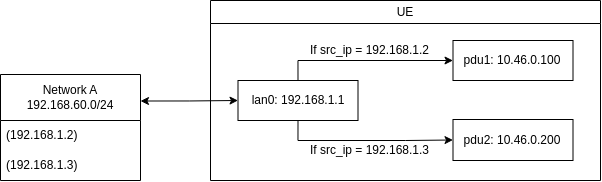
Before: docs/5G Emulated Network/topology-LAN-Host-to-PDU-Session-Interface-Routing.png, a diagram exported from draw.io (davidjosearaujo/dissertation). Source tidied: cells renumbered, new cells last; positions are measured from the earlier drawing's top-left corner, leaving out a move shared by most shapes.
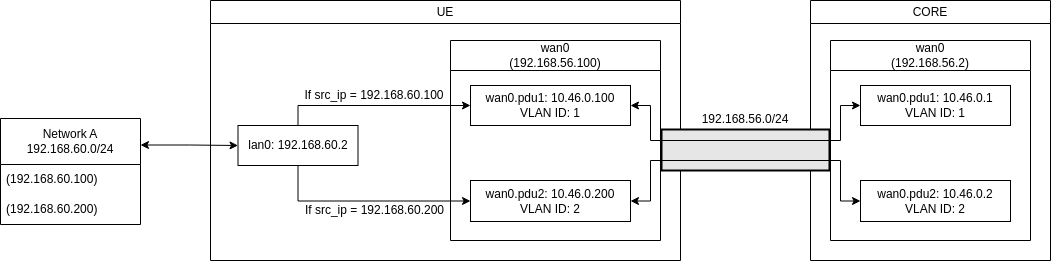
After the change.

Commit message:
notes and new topology for routing

The edit, as a diff of the source:
```diff
@@ -2,41 +2,85 @@
   <root>
     <mxCell id="0" />
     <mxCell id="1" parent="0" />
-    <mxCell id="2" style="edgeStyle=orthogonalEdgeStyle;rounded=0;jettySize=auto;html=1;exitX=1;exitY=0.25;exitDx=0;exitDy=0;entryX=0;entryY=0.5;entryDx=0;entryDy=0;startArrow=classic;startFill=1;" parent="1" edge="1" source="3" target="11">
-      <mxGeometry relative="1" as="geometry" />
-    </mxCell>
-    <mxCell id="3" value="&lt;span style=&quot;text-align: left;&quot;&gt;Network A&lt;br&gt;&lt;/span&gt;192.168.60.0/24&lt;span style=&quot;text-align: left;&quot;&gt;&lt;/span&gt;" style="swimlane;fontStyle=0;horizontal=1;startSize=46;whiteSpace=wrap;html=1;" parent="1" vertex="1">
-      <mxGeometry y="74" width="140" height="106" as="geometry" />
-    </mxCell>
-    <mxCell id="4" value="(192.168.1.2)" style="text;strokeColor=none;fillColor=none;align=left;verticalAlign=middle;spacingLeft=4;spacingRight=4;overflow=hidden;whiteSpace=wrap;html=1;" parent="3" vertex="1">
-      <mxGeometry y="46" width="140" height="30" as="geometry" />
-    </mxCell>
-    <mxCell id="5" value="(192.168.1.3)" style="text;strokeColor=none;fillColor=none;align=left;verticalAlign=middle;spacingLeft=4;spacingRight=4;overflow=hidden;whiteSpace=wrap;html=1;" parent="3" vertex="1">
-      <mxGeometry y="76" width="140" height="30" as="geometry" />
-    </mxCell>
     <mxCell id="6" value="&lt;span style=&quot;font-weight: normal;&quot;&gt;UE&lt;/span&gt;" style="swimlane;whiteSpace=wrap;html=1;" parent="1" vertex="1">
-      <mxGeometry x="210" width="390" height="180" as="geometry" />
+      <mxGeometry x="170" width="470" height="260" as="geometry" />
     </mxCell>
-    <mxCell id="7" value="pdu1: 10.46.0.100" style="rounded=0;whiteSpace=wrap;html=1;" parent="6" vertex="1">
-      <mxGeometry x="242.5" y="40" width="120" height="40" as="geometry" />
-    </mxCell>
-    <mxCell id="8" value="pdu2: 10.46.0.200" style="rounded=0;whiteSpace=wrap;html=1;" parent="6" vertex="1">
-      <mxGeometry x="242.5" y="119" width="120" height="41" as="geometry" />
-    </mxCell>
     <mxCell id="9" style="edgeStyle=orthogonalEdgeStyle;rounded=0;jettySize=auto;html=1;exitX=0.5;exitY=0;exitDx=0;exitDy=0;entryX=0;entryY=0.5;entryDx=0;entryDy=0;" parent="6" edge="1" source="11" target="7">
       <mxGeometry relative="1" as="geometry" />
     </mxCell>
     <mxCell id="10" style="edgeStyle=orthogonalEdgeStyle;rounded=0;jettySize=auto;html=1;exitX=0.5;exitY=1;exitDx=0;exitDy=0;entryX=0;entryY=0.5;entryDx=0;entryDy=0;" parent="6" edge="1" source="11" target="8">
       <mxGeometry relative="1" as="geometry" />
     </mxCell>
-    <mxCell id="11" value="lan0: 192.168.1.1" style="rounded=0;whiteSpace=wrap;html=1;" parent="6" vertex="1">
-      <mxGeometry x="27.5" y="80" width="120" height="40" as="geometry" />
+    <mxCell id="11" value="lan0: 192.168.60.2" style="rounded=0;whiteSpace=wrap;html=1;" parent="6" vertex="1">
+      <mxGeometry x="27.5" y="125" width="120" height="40" as="geometry" />
     </mxCell>
-    <mxCell id="12" value="If src_ip = 192.168.1.2" style="text;html=1;align=center;verticalAlign=middle;whiteSpace=wrap;rounded=0;" parent="6" vertex="1">
-      <mxGeometry x="97.5" y="40" width="125" height="20" as="geometry" />
+    <mxCell id="12" value="If src_ip = 192.168.60.100" style="text;html=1;align=center;verticalAlign=middle;whiteSpace=wrap;rounded=0;" parent="6" vertex="1">
+      <mxGeometry x="88.8" y="85" width="150" height="20" as="geometry" />
     </mxCell>
-    <mxCell id="13" value="If src_ip = 192.168.1.3" style="text;html=1;align=center;verticalAlign=middle;whiteSpace=wrap;rounded=0;" parent="6" vertex="1">
-      <mxGeometry x="97.5" y="140" width="125" height="20" as="geometry" />
+    <mxCell id="13" value="If src_ip = 192.168.60.200" style="text;html=1;align=center;verticalAlign=middle;whiteSpace=wrap;rounded=0;" parent="6" vertex="1">
+      <mxGeometry x="92.5" y="200" width="142.5" height="20" as="geometry" />
     </mxCell>
+    <mxCell id="14" value="&lt;span style=&quot;font-weight: normal;&quot;&gt;wan0&lt;/span&gt;&lt;div&gt;&lt;span style=&quot;font-weight: normal;&quot;&gt;(192.168.56.100)&lt;/span&gt;&lt;/div&gt;" style="swimlane;whiteSpace=wrap;html=1;startSize=30;" parent="6" vertex="1">
+      <mxGeometry x="240" y="40" width="210" height="200" as="geometry" />
+    </mxCell>
+    <mxCell id="7" value="wan0.pdu1: 10.46.0.100&lt;div&gt;VLAN ID: 1&lt;/div&gt;" style="rounded=0;whiteSpace=wrap;html=1;" parent="14" vertex="1">
+      <mxGeometry x="20" y="45" width="160" height="40" as="geometry" />
+    </mxCell>
+    <mxCell id="8" value="wan0.pdu2: 10.46.0.200&lt;div&gt;VLAN ID: 2&lt;/div&gt;" style="rounded=0;whiteSpace=wrap;html=1;" parent="14" vertex="1">
+      <mxGeometry x="20" y="140" width="160" height="41" as="geometry" />
+    </mxCell>
+    <mxCell id="15" value="&lt;span style=&quot;font-weight: normal;&quot;&gt;CORE&lt;/span&gt;" style="swimlane;whiteSpace=wrap;html=1;" parent="1" vertex="1">
+      <mxGeometry x="770" width="240" height="260" as="geometry" />
+    </mxCell>
+    <mxCell id="16" value="&lt;span style=&quot;font-weight: normal;&quot;&gt;wan0&lt;/span&gt;&lt;div&gt;&lt;span style=&quot;font-weight: 400;&quot;&gt;(192.168.56.2)&lt;/span&gt;&lt;span style=&quot;font-weight: normal;&quot;&gt;&lt;/span&gt;&lt;/div&gt;" style="swimlane;whiteSpace=wrap;html=1;startSize=30;" parent="15" vertex="1">
+      <mxGeometry x="20" y="40" width="200" height="200" as="geometry" />
+    </mxCell>
+    <mxCell id="17" value="wan0.pdu1: 10.46.0.1&lt;div&gt;VLAN ID: 1&lt;/div&gt;" style="rounded=0;whiteSpace=wrap;html=1;" parent="16" vertex="1">
+      <mxGeometry x="30" y="45" width="150" height="40" as="geometry" />
+    </mxCell>
+    <mxCell id="18" value="wan0.pdu2: 10.46.0.2&lt;div&gt;VLAN ID: 2&lt;/div&gt;" style="rounded=0;whiteSpace=wrap;html=1;" parent="16" vertex="1">
+      <mxGeometry x="30" y="140" width="150" height="41" as="geometry" />
+    </mxCell>
+    <mxCell id="19" style="edgeStyle=orthogonalEdgeStyle;shape=flexArrow;rounded=0;orthogonalLoop=1;jettySize=auto;html=1;exitX=1;exitY=0.5;exitDx=0;exitDy=0;entryX=0;entryY=0.5;entryDx=0;entryDy=0;startArrow=none;width=40;startSize=4.7250000000000005;startFill=0;endArrow=none;strokeWidth=2;fillColor=#E6E6E6;" parent="1" edge="1">
+      <mxGeometry relative="1" as="geometry">
+        <mxPoint x="620" y="149.6" as="sourcePoint" />
+        <mxPoint x="790" y="149.6" as="targetPoint" />
+      </mxGeometry>
+    </mxCell>
+    <mxCell id="2" style="edgeStyle=orthogonalEdgeStyle;rounded=0;jettySize=auto;html=1;exitX=1;exitY=0.25;exitDx=0;exitDy=0;entryX=0;entryY=0.5;entryDx=0;entryDy=0;startArrow=classic;startFill=1;" parent="1" edge="1" source="3" target="11">
+      <mxGeometry relative="1" as="geometry" />
+    </mxCell>
+    <mxCell id="3" value="&lt;span style=&quot;text-align: left;&quot;&gt;Network A&lt;br&gt;&lt;/span&gt;192.168.60.0/24&lt;span style=&quot;text-align: left;&quot;&gt;&lt;/span&gt;" style="swimlane;fontStyle=0;horizontal=1;startSize=46;whiteSpace=wrap;html=1;" parent="1" vertex="1">
+      <mxGeometry x="-40" y="118" width="140" height="106" as="geometry" />
+    </mxCell>
+    <mxCell id="4" value="(192.168.60.100)" style="text;strokeColor=none;fillColor=none;align=left;verticalAlign=middle;spacingLeft=4;spacingRight=4;overflow=hidden;whiteSpace=wrap;html=1;" parent="3" vertex="1">
+      <mxGeometry y="46" width="140" height="30" as="geometry" />
+    </mxCell>
+    <mxCell id="5" value="(192.168.60.200)" style="text;strokeColor=none;fillColor=none;align=left;verticalAlign=middle;spacingLeft=4;spacingRight=4;overflow=hidden;whiteSpace=wrap;html=1;" parent="3" vertex="1">
+      <mxGeometry y="76" width="140" height="30" as="geometry" />
+    </mxCell>
+    <mxCell id="20" style="edgeStyle=orthogonalEdgeStyle;rounded=0;jettySize=auto;html=1;exitX=1;exitY=0.5;exitDx=0;exitDy=0;entryX=0;entryY=0.5;entryDx=0;entryDy=0;startArrow=classic;startFill=1;" parent="1" edge="1" source="7" target="17">
+      <mxGeometry relative="1" as="geometry">
+        <Array as="points">
+          <mxPoint x="610" y="105" />
+          <mxPoint x="610" y="140" />
+          <mxPoint x="800" y="140" />
+          <mxPoint x="800" y="105" />
+        </Array>
+      </mxGeometry>
+    </mxCell>
+    <mxCell id="21" style="edgeStyle=orthogonalEdgeStyle;rounded=0;jettySize=auto;html=1;exitX=1;exitY=0.5;exitDx=0;exitDy=0;entryX=0;entryY=0.5;entryDx=0;entryDy=0;startArrow=classic;startFill=1;" parent="1" edge="1" source="8" target="18">
+      <mxGeometry relative="1" as="geometry">
+        <Array as="points">
+          <mxPoint x="610" y="201" />
+          <mxPoint x="610" y="160" />
+          <mxPoint x="800" y="160" />
+          <mxPoint x="800" y="201" />
+        </Array>
+      </mxGeometry>
+    </mxCell>
+    <mxCell id="22" value="192.168.56.0/24" style="text;html=1;align=center;verticalAlign=middle;whiteSpace=wrap;rounded=0;" parent="1" vertex="1">
+      <mxGeometry x="660" y="109.6" width="90" height="18" as="geometry" />
+    </mxCell>
   </root>
 </mxGraphModel>
```
